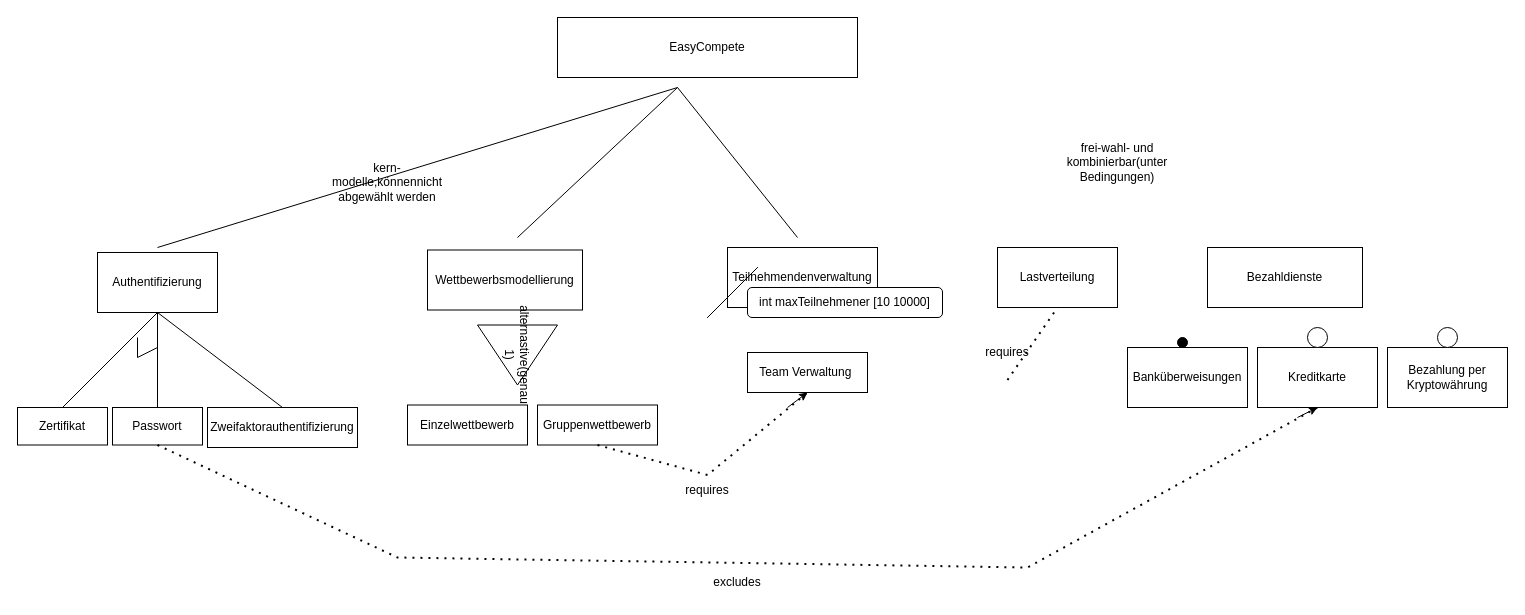
Hiba97/Software-Engineering keeps this draw.io diagram as se11.drawio. Above is the earlier version. Source tidied: cells renumbered, new cells numbered last; positions are measured from the earlier drawing's top-left corner, leaving out a move shared by most shapes. Both pictures are drawn from the tidied source at 100%, with x=0, y=0 at pixel (17, 17).
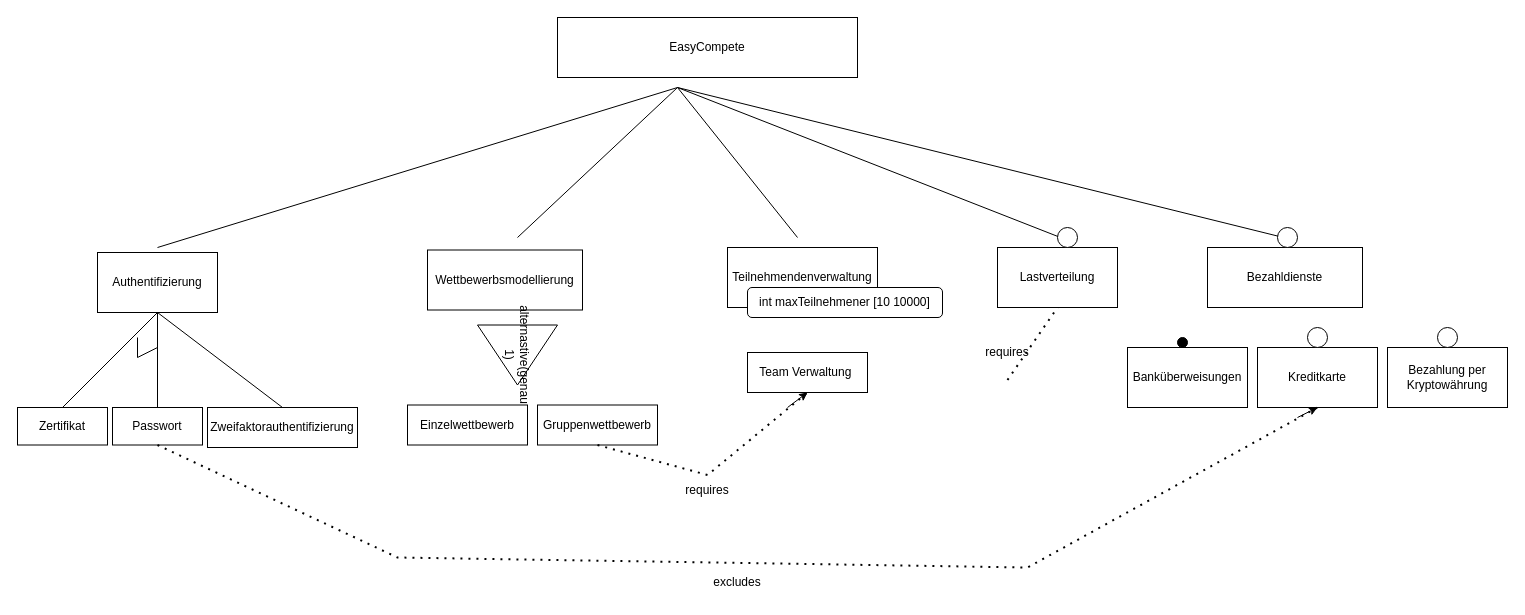
The same page after the edit.

Commit message:
added optional lines + removed private notes an mistakes

What changed in the source:
```diff
@@
-    <mxCell id="8" value="kern-modelle,könnennicht abgewählt werden" style="text;html=1;strokeColor=none;fillColor=none;align=center;verticalAlign=middle;whiteSpace=wrap;rounded=0;" parent="1" vertex="1">
-      <mxGeometry x="340" y="150" width="60" height="30" as="geometry" />
-    </mxCell>
-    <mxCell id="9" value="frei-wahl- und kombinierbar(unter Bedingungen)" style="text;html=1;strokeColor=none;fillColor=none;align=center;verticalAlign=middle;whiteSpace=wrap;rounded=0;" parent="1" vertex="1">
-      <mxGeometry x="1070" y="130" width="60" height="30" as="geometry" />
-    </mxCell>
@@
-    <mxCell id="32" style="endArrow=none;html=1;rounded=0;" parent="1" edge="1">
-      <mxGeometry relative="1" as="geometry">
-        <mxPoint x="690" y="300" as="sourcePoint" />
-        <mxPoint x="740" y="250" as="targetPoint" />
-      </mxGeometry>
-    </mxCell>
@@
-    <mxCell id="34" style="endArrow=none;html=1;rounded=0;" parent="1" edge="1">
-      <mxGeometry relative="1" as="geometry">
-        <mxPoint x="690" y="300" as="sourcePoint" />
-        <mxPoint x="740" y="250" as="targetPoint" />
-      </mxGeometry>
-    </mxCell>
@@
-    <mxCell id="36" style="endArrow=none;html=1;rounded=0;" parent="1" edge="1">
-      <mxGeometry relative="1" as="geometry">
-        <mxPoint x="690" y="300" as="sourcePoint" />
-        <mxPoint x="740" y="250" as="targetPoint" />
-      </mxGeometry>
-    </mxCell>
@@
+    <mxCell id="42" style="endArrow=none;html=1;rounded=0;" parent="1" edge="1">
+      <mxGeometry relative="1" as="geometry">
+        <mxPoint x="1043" y="220" as="sourcePoint" />
+        <mxPoint x="660" y="70" as="targetPoint" />
+      </mxGeometry>
+    </mxCell>
+    <mxCell id="43" style="endArrow=none;html=1;rounded=0;" parent="1" edge="1">
+      <mxGeometry relative="1" as="geometry">
+        <mxPoint x="1266" y="220" as="sourcePoint" />
+        <mxPoint x="660" y="70" as="targetPoint" />
+      </mxGeometry>
+    </mxCell>
+    <mxCell id="44" style="ellipse;whiteSpace=wrap;html=1;fillColor=#FFFFFF;" parent="1" vertex="1">
+      <mxGeometry x="1040" y="210" width="20" height="20" as="geometry" />
+    </mxCell>
+    <mxCell id="45" style="ellipse;whiteSpace=wrap;html=1;fillColor=#FFFFFF;" parent="1" vertex="1">
+      <mxGeometry x="1260" y="210" width="20" height="20" as="geometry" />
+    </mxCell>
```
